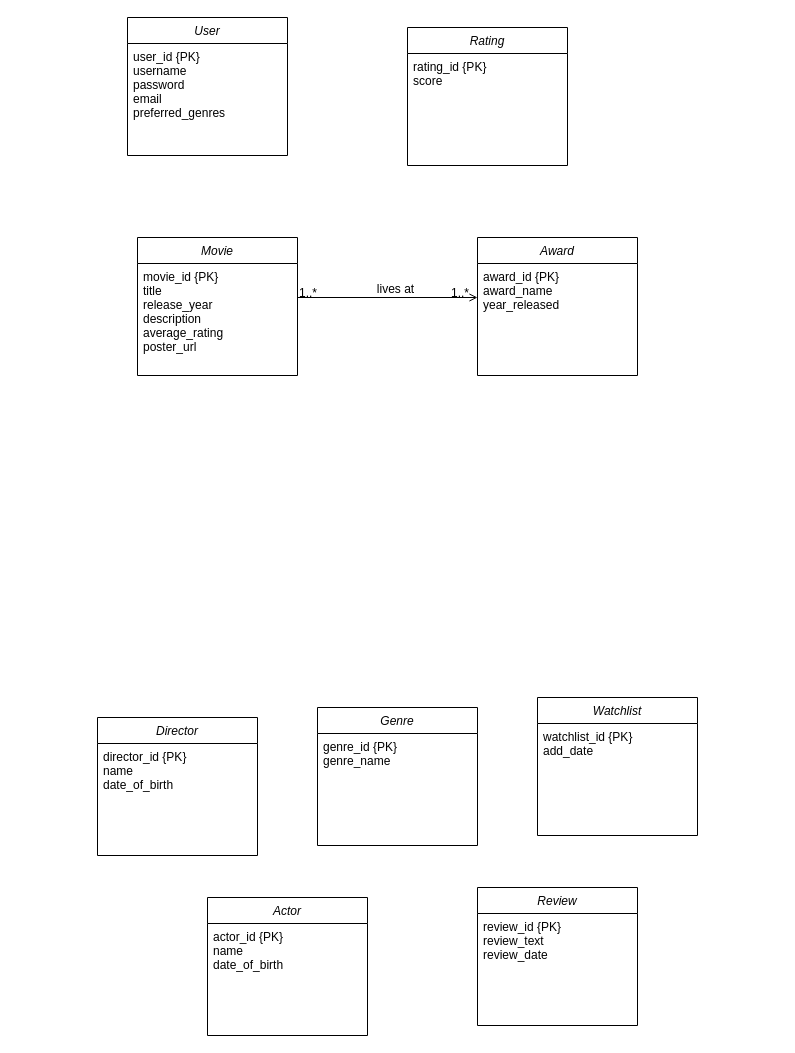
Above: Untitled Diagram.drawio in hsinyuwww/kanbas-quiz-project (draw.io), before the change. Source tidied: cells renumbered, new cells numbered last; positions are measured from the earlier drawing's top-left corner, leaving out a move shared by most shapes. Both pictures are drawn from the tidied source at 100%, with x=0, y=0 at pixel (97, 17).
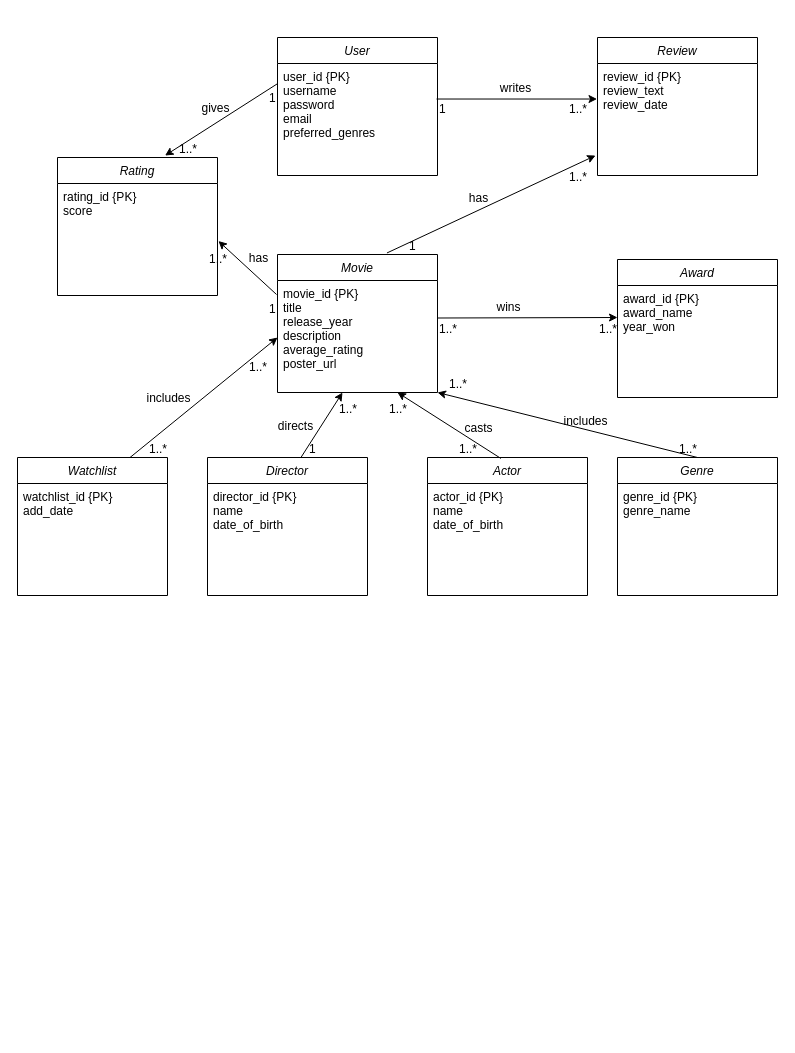
Above is the later version.

Unchanged cells that the change refers to:
```xml
<mxCell id="7" value="user_id {PK}&#10;username&#10;password&#10;email&#10;preferred_genres&#10;&#10;" style="text;align=left;verticalAlign=top;spacingLeft=4;spacingRight=4;overflow=hidden;points=[[0,0.5],[1,0.5]];portConstraint=eastwest;" parent="6" vertex="1">
  <mxGeometry y="26" width="160" height="94" as="geometry" />
</mxCell>
<mxCell id="9" value="movie_id {PK}&#10;title&#10;release_year&#10;description&#10;average_rating&#10;poster_url" style="text;align=left;verticalAlign=top;spacingLeft=4;spacingRight=4;overflow=hidden;points=[[0,0.5],[1,0.5]];portConstraint=eastwest;" parent="8" vertex="1">
  <mxGeometry y="26" width="160" height="94" as="geometry" />
</mxCell>
<mxCell id="19" value="review_id {PK}&#10;review_text&#10;review_date" style="text;align=left;verticalAlign=top;spacingLeft=4;spacingRight=4;overflow=hidden;points=[[0,0.5],[1,0.5]];portConstraint=eastwest;" parent="18" vertex="1">
  <mxGeometry y="26" width="160" height="94" as="geometry" />
</mxCell>
<mxCell id="21" value="rating_id {PK}&#10;score" style="text;align=left;verticalAlign=top;spacingLeft=4;spacingRight=4;overflow=hidden;points=[[0,0.5],[1,0.5]];portConstraint=eastwest;" parent="20" vertex="1">
  <mxGeometry y="26" width="160" height="94" as="geometry" />
</mxCell>
```

What changed in the source:
```diff
@@
-    <mxCell id="2" style="endArrow=open;shadow=0;strokeWidth=1;rounded=0;curved=0;endFill=1;edgeStyle=elbowEdgeStyle;elbow=vertical;entryX=0;entryY=0.362;entryDx=0;entryDy=0;entryPerimeter=0;" parent="1" edge="1" target="23">
-      <mxGeometry x="0.5" y="41" relative="1" as="geometry">
-        <mxPoint x="200" y="280" as="sourcePoint" />
-        <mxPoint x="-40" y="32" as="offset" />
-      </mxGeometry>
-    </mxCell>
-    <mxCell id="3" value="1..*" style="align=left;verticalAlign=bottom;labelBackgroundColor=none;fontSize=12;" parent="2" vertex="1">
-      <mxGeometry x="-1" relative="1" as="geometry">
-        <mxPoint y="4" as="offset" />
-      </mxGeometry>
-    </mxCell>
-    <mxCell id="4" value="1..*" style="align=right;verticalAlign=bottom;labelBackgroundColor=none;fontSize=12;" parent="2" vertex="1">
-      <mxGeometry x="1" relative="1" as="geometry">
-        <mxPoint x="-7" y="4" as="offset" />
-      </mxGeometry>
-    </mxCell>
-    <mxCell id="5" value="lives at" style="text;html=1;align=center;verticalAlign=middle;labelBackgroundColor=none;rounded=0;shadow=0;strokeWidth=1;fontSize=12;" parent="2" vertex="1">
-      <mxGeometry x="0.5" y="49" relative="1" as="geometry">
-        <mxPoint x="-38" y="40" as="offset" />
-      </mxGeometry>
-    </mxCell>
     <mxCell id="6" value="User" style="swimlane;fontStyle=2;align=center;verticalAlign=top;horizontal=1;startSize=26;rounded=0;shadow=0;strokeWidth=1;" parent="1" vertex="1">
-      <mxGeometry x="30" width="160" height="138" as="geometry" />
+      <mxGeometry x="180" y="20" width="160" height="138" as="geometry" />
     </mxCell>
@@
+    <mxCell id="24" style="edgeStyle=orthogonalEdgeStyle;rounded=0;jettySize=auto;html=1;exitX=0;exitY=1;exitDx=0;exitDy=0;fontColor=#000000;" parent="1" edge="1" source="8">
+      <mxGeometry relative="1" as="geometry">
+        <mxPoint x="180" y="375" as="targetPoint" />
+      </mxGeometry>
+    </mxCell>
     <mxCell id="8" value="Movie" style="swimlane;fontStyle=2;align=center;verticalAlign=top;horizontal=1;startSize=26;rounded=0;shadow=0;strokeWidth=1;" parent="1" vertex="1">
-      <mxGeometry x="40" y="220" width="160" height="138" as="geometry" />
+      <mxGeometry x="180" y="237" width="160" height="138" as="geometry" />
     </mxCell>
@@
     <mxCell id="10" value="Director" style="swimlane;fontStyle=2;align=center;verticalAlign=top;horizontal=1;startSize=26;rounded=0;shadow=0;strokeWidth=1;" parent="1" vertex="1">
-      <mxGeometry y="700" width="160" height="138" as="geometry" />
+      <mxGeometry x="110" y="440" width="160" height="138" as="geometry" />
     </mxCell>
@@
     <mxCell id="12" value="Genre" style="swimlane;fontStyle=2;align=center;verticalAlign=top;horizontal=1;startSize=26;rounded=0;shadow=0;strokeWidth=1;" parent="1" vertex="1">
-      <mxGeometry x="220" y="690" width="160" height="138" as="geometry" />
+      <mxGeometry x="520" y="440" width="160" height="138" as="geometry" />
     </mxCell>
@@
     <mxCell id="14" value="Watchlist" style="swimlane;fontStyle=2;align=center;verticalAlign=top;horizontal=1;startSize=26;rounded=0;shadow=0;strokeWidth=1;" parent="1" vertex="1">
-      <mxGeometry x="440" y="680" width="160" height="138" as="geometry" />
+      <mxGeometry x="-80" y="440" width="150" height="138" as="geometry" />
     </mxCell>
     <mxCell id="15" value="watchlist_id {PK}&#10;add_date&#10;&#10;&#10;&#10;&#10;&#10;&#10;" style="text;align=left;verticalAlign=top;spacingLeft=4;spacingRight=4;overflow=hidden;" parent="14" vertex="1">
-      <mxGeometry y="26" width="160" height="94" as="geometry" />
+      <mxGeometry y="26" width="150" height="94" as="geometry" />
     </mxCell>
     <mxCell id="16" value="Actor" style="swimlane;fontStyle=2;align=center;verticalAlign=top;horizontal=1;startSize=26;rounded=0;shadow=0;strokeWidth=1;" parent="1" vertex="1">
-      <mxGeometry x="110" y="880" width="160" height="138" as="geometry" />
+      <mxGeometry x="330" y="440" width="160" height="138" as="geometry" />
     </mxCell>
@@
     <mxCell id="18" value="Review" style="swimlane;fontStyle=2;align=center;verticalAlign=top;horizontal=1;startSize=26;rounded=0;shadow=0;strokeWidth=1;" parent="1" vertex="1">
-      <mxGeometry x="380" y="870" width="160" height="138" as="geometry" />
+      <mxGeometry x="500" y="20" width="160" height="138" as="geometry" />
     </mxCell>
@@
     <mxCell id="20" value="Rating" style="swimlane;fontStyle=2;align=center;verticalAlign=top;horizontal=1;startSize=26;rounded=0;shadow=0;strokeWidth=1;" parent="1" vertex="1">
-      <mxGeometry x="310" y="10" width="160" height="138" as="geometry" />
+      <mxGeometry x="-40" y="140" width="160" height="138" as="geometry" />
     </mxCell>
@@
     <mxCell id="22" value="Award" style="swimlane;fontStyle=2;align=center;verticalAlign=top;horizontal=1;startSize=26;rounded=0;shadow=0;strokeWidth=1;" parent="1" vertex="1">
-      <mxGeometry x="380" y="220" width="160" height="138" as="geometry" />
+      <mxGeometry x="520" y="242" width="160" height="138" as="geometry" />
     </mxCell>
-    <mxCell id="23" value="award_id {PK}&#10;award_name&#10;year_released&#10;&#10;&#10;&#10;&#10;" style="text;align=left;verticalAlign=top;spacingLeft=4;spacingRight=4;overflow=hidden;points=[[0,0.5],[1,0.5]];portConstraint=eastwest;" parent="22" vertex="1">
+    <mxCell id="23" value="award_id {PK}&#10;award_name&#10;year_won&#10;&#10;&#10;&#10;&#10;" style="text;align=left;verticalAlign=top;spacingLeft=4;spacingRight=4;overflow=hidden;points=[[0,0.5],[1,0.5]];portConstraint=eastwest;" parent="22" vertex="1">
       <mxGeometry y="26" width="160" height="94" as="geometry" />
     </mxCell>
+    <mxCell id="25" value="wins" style="text;html=1;align=center;verticalAlign=middle;labelBackgroundColor=none;rounded=0;shadow=0;strokeWidth=1;fontSize=12;" parent="1" vertex="1">
+      <mxGeometry x="410" y="289" as="geometry" />
+    </mxCell>
+    <mxCell id="26" value="has" style="text;html=1;align=center;verticalAlign=middle;labelBackgroundColor=none;rounded=0;shadow=0;strokeWidth=1;fontSize=12;" parent="1" vertex="1">
+      <mxGeometry x="380" y="180" as="geometry" />
+    </mxCell>
+    <mxCell id="27" value="1" style="align=left;verticalAlign=bottom;labelBackgroundColor=none;fontSize=12;direction=south;" parent="1" vertex="1">
+      <mxGeometry x="310" y="237" as="geometry" />
+    </mxCell>
+    <mxCell id="28" value="1..*" style="align=left;verticalAlign=bottom;labelBackgroundColor=none;fontSize=12;" parent="1" vertex="1">
+      <mxGeometry x="470" y="100" as="geometry" />
+    </mxCell>
+    <mxCell id="29" value="casts" style="text;html=1;align=center;verticalAlign=middle;labelBackgroundColor=none;rounded=0;shadow=0;strokeWidth=1;fontSize=12;" parent="1" vertex="1">
+      <mxGeometry x="380" y="410" as="geometry" />
+    </mxCell>
+    <mxCell id="30" value="1..*" style="align=left;verticalAlign=bottom;labelBackgroundColor=none;fontSize=12;" parent="1" vertex="1">
+      <mxGeometry x="290" y="400" as="geometry" />
+    </mxCell>
+    <mxCell id="31" value="1..*" style="align=left;verticalAlign=bottom;labelBackgroundColor=none;fontSize=12;" parent="1" vertex="1">
+      <mxGeometry x="360" y="440" width="160" as="geometry" />
+    </mxCell>
+    <mxCell id="32" value="1..*" style="align=left;verticalAlign=bottom;labelBackgroundColor=none;fontSize=12;" parent="1" vertex="1">
+      <mxGeometry x="350" y="375" as="geometry" />
+    </mxCell>
+    <mxCell id="33" value="1..*" style="align=left;verticalAlign=bottom;labelBackgroundColor=none;fontSize=12;" parent="1" vertex="1">
+      <mxGeometry x="580" y="440" as="geometry" />
+    </mxCell>
+    <mxCell id="34" value="includes" style="text;html=1;align=center;verticalAlign=middle;labelBackgroundColor=none;rounded=0;shadow=0;strokeWidth=1;fontSize=12;" parent="1" vertex="1">
+      <mxGeometry x="70" y="380" as="geometry" />
+    </mxCell>
+    <mxCell id="35" value="1..*" style="align=left;verticalAlign=bottom;labelBackgroundColor=none;fontSize=12;" parent="1" vertex="1">
+      <mxGeometry x="50" y="440" as="geometry" />
+    </mxCell>
+    <mxCell id="36" value="1..*" style="align=left;verticalAlign=bottom;labelBackgroundColor=none;fontSize=12;" parent="1" vertex="1">
+      <mxGeometry x="150" y="358" as="geometry" />
+    </mxCell>
+    <mxCell id="37" style="endArrow=classic;html=1;rounded=0;fontColor=#000000;exitX=0.75;exitY=0;exitDx=0;exitDy=0;" parent="1" edge="1" source="14">
+      <mxGeometry relative="1" as="geometry">
+        <mxPoint x="180" y="320" as="targetPoint" />
+      </mxGeometry>
+    </mxCell>
+    <mxCell id="38" style="endArrow=classic;html=1;rounded=0;fontColor=#000000;exitX=0.684;exitY=-0.011;exitDx=0;exitDy=0;exitPerimeter=0;entryX=-0.012;entryY=0.979;entryDx=0;entryDy=0;entryPerimeter=0;" parent="1" edge="1" source="8" target="19">
+      <mxGeometry relative="1" as="geometry" />
+    </mxCell>
+    <mxCell id="39" style="endArrow=classic;html=1;rounded=0;fontColor=#000000;exitX=0.459;exitY=0.007;exitDx=0;exitDy=0;exitPerimeter=0;entryX=0.75;entryY=1;entryDx=0;entryDy=0;" parent="1" edge="1" source="16" target="8">
+      <mxGeometry relative="1" as="geometry" />
+    </mxCell>
+    <mxCell id="40" style="endArrow=classic;html=1;rounded=0;fontColor=#000000;exitX=1.003;exitY=0.399;exitDx=0;exitDy=0;exitPerimeter=0;" parent="1" edge="1" source="9">
+      <mxGeometry relative="1" as="geometry">
+        <mxPoint x="520" y="300" as="targetPoint" />
+      </mxGeometry>
+    </mxCell>
+    <mxCell id="41" value="1..*" style="align=left;verticalAlign=bottom;labelBackgroundColor=none;fontSize=12;" parent="1" vertex="1">
+      <mxGeometry x="340" y="320" as="geometry" />
+    </mxCell>
+    <mxCell id="42" value="1..*" style="align=left;verticalAlign=bottom;labelBackgroundColor=none;fontSize=12;" parent="1" vertex="1">
+      <mxGeometry x="500" y="320" as="geometry" />
+    </mxCell>
+    <mxCell id="43" style="endArrow=classic;html=1;rounded=0;fontColor=#000000;exitX=0.5;exitY=0;exitDx=0;exitDy=0;entryX=1;entryY=1;entryDx=0;entryDy=0;" parent="1" edge="1" source="12" target="8">
+      <mxGeometry relative="1" as="geometry" />
+    </mxCell>
+    <mxCell id="44" value="includes" style="text;html=1;align=center;verticalAlign=middle;labelBackgroundColor=none;rounded=0;shadow=0;strokeWidth=1;fontSize=12;" parent="1" vertex="1">
+      <mxGeometry x="490" y="400" as="geometry">
+        <mxPoint x="-3" y="3" as="offset" />
+      </mxGeometry>
+    </mxCell>
+    <mxCell id="45" value="writes" style="text;html=1;align=center;verticalAlign=middle;labelBackgroundColor=none;rounded=0;shadow=0;strokeWidth=1;fontSize=12;" parent="1" vertex="1">
+      <mxGeometry x="420" y="70" as="geometry">
+        <mxPoint x="-3" as="offset" />
+      </mxGeometry>
+    </mxCell>
+    <mxCell id="46" style="endArrow=classic;html=1;rounded=0;fontColor=#000000;exitX=0.584;exitY=0;exitDx=0;exitDy=0;exitPerimeter=0;" parent="1" edge="1" source="10">
+      <mxGeometry relative="1" as="geometry">
+        <mxPoint x="245" y="375" as="targetPoint" />
+      </mxGeometry>
+    </mxCell>
+    <mxCell id="47" value="directs" style="text;html=1;align=center;verticalAlign=middle;labelBackgroundColor=none;rounded=0;shadow=0;strokeWidth=1;fontSize=12;" parent="1" vertex="1">
+      <mxGeometry x="200" y="410" as="geometry">
+        <mxPoint x="-3" y="-2" as="offset" />
+      </mxGeometry>
+    </mxCell>
+    <mxCell id="48" value="1" style="align=left;verticalAlign=bottom;labelBackgroundColor=none;fontSize=12;direction=south;" parent="1" vertex="1">
+      <mxGeometry x="210" y="440" as="geometry" />
+    </mxCell>
+    <mxCell id="49" value="1..*" style="align=left;verticalAlign=bottom;labelBackgroundColor=none;fontSize=12;" parent="1" vertex="1">
+      <mxGeometry x="240" y="400" as="geometry" />
+    </mxCell>
+    <mxCell id="50" value="1" style="align=left;verticalAlign=bottom;labelBackgroundColor=none;fontSize=12;direction=south;" parent="1" vertex="1">
+      <mxGeometry x="340" y="100" as="geometry" />
+    </mxCell>
+    <mxCell id="51" value="1..*" style="align=left;verticalAlign=bottom;labelBackgroundColor=none;fontSize=12;" parent="1" vertex="1">
+      <mxGeometry x="470" y="168" as="geometry" />
+    </mxCell>
+    <mxCell id="52" style="endArrow=classic;html=1;rounded=0;fontColor=#000000;entryX=1.006;entryY=0.612;entryDx=0;entryDy=0;entryPerimeter=0;exitX=-0.006;exitY=0.149;exitDx=0;exitDy=0;exitPerimeter=0;" parent="1" edge="1" source="9" target="21">
+      <mxGeometry relative="1" as="geometry" />
+    </mxCell>
+    <mxCell id="53" value="has" style="text;html=1;align=center;verticalAlign=middle;labelBackgroundColor=none;rounded=0;shadow=0;strokeWidth=1;fontSize=12;" parent="1" vertex="1">
+      <mxGeometry x="160" y="240" as="geometry" />
+    </mxCell>
+    <mxCell id="54" value="1..*" style="align=left;verticalAlign=bottom;labelBackgroundColor=none;fontSize=12;" parent="1" vertex="1">
+      <mxGeometry x="110" y="250" as="geometry" />
+    </mxCell>
+    <mxCell id="55" value="1" style="align=left;verticalAlign=bottom;labelBackgroundColor=none;fontSize=12;" parent="1" vertex="1">
+      <mxGeometry x="170" y="300" as="geometry" />
+    </mxCell>
+    <mxCell id="56" style="endArrow=classic;html=1;rounded=0;fontColor=#000000;entryX=0.672;entryY=-0.014;entryDx=0;entryDy=0;entryPerimeter=0;exitX=-0.003;exitY=0.218;exitDx=0;exitDy=0;exitPerimeter=0;" parent="1" edge="1" source="7" target="20">
+      <mxGeometry relative="1" as="geometry" />
+    </mxCell>
+    <mxCell id="57" value="gives" style="text;html=1;align=center;verticalAlign=middle;labelBackgroundColor=none;rounded=0;shadow=0;strokeWidth=1;fontSize=12;" parent="1" vertex="1">
+      <mxGeometry x="120" y="89" as="geometry">
+        <mxPoint x="-3" y="1" as="offset" />
+      </mxGeometry>
+    </mxCell>
+    <mxCell id="58" value="1" style="align=left;verticalAlign=bottom;labelBackgroundColor=none;fontSize=12;" parent="1" vertex="1">
+      <mxGeometry x="170" y="89" as="geometry" />
+    </mxCell>
+    <mxCell id="59" value="1..*" style="align=left;verticalAlign=bottom;labelBackgroundColor=none;fontSize=12;" parent="1" vertex="1">
+      <mxGeometry x="80" y="140" as="geometry" />
+    </mxCell>
+    <mxCell id="60" style="endArrow=classic;html=1;rounded=0;fontColor=#000000;entryX=-0.003;entryY=0.378;entryDx=0;entryDy=0;entryPerimeter=0;exitX=0.994;exitY=0.378;exitDx=0;exitDy=0;exitPerimeter=0;" parent="1" edge="1" source="7" target="19">
+      <mxGeometry relative="1" as="geometry" />
+    </mxCell>
```
